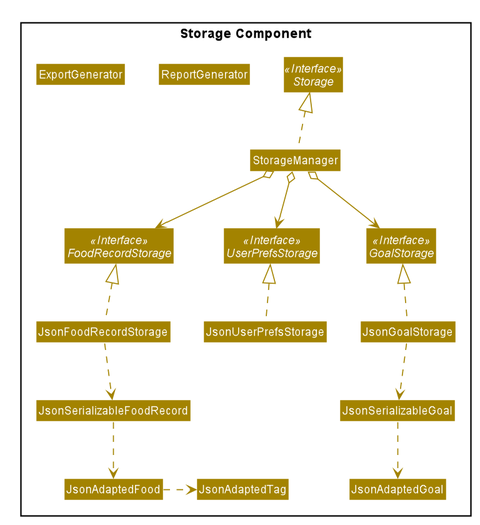
This is images/StorageClassDiagram.png from AY1920S2-CS2103T-F11-1/main, a PlantUML export, as it was before one commit.
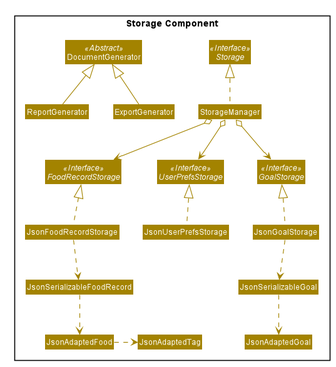
The same diagram one commit later.

Diff of the diagram source:
```diff
@@ -57,6 +57,7 @@
 Interface FoodRecordStorage <<Interface>>
 Interface GoalStorage <<Interface>>
 
+Class DocumentGenerator <<Abstract>>
 Class StorageManager
 Class JsonUserPrefsStorage
 Class JsonFoodRecordStorage
@@ -66,6 +67,9 @@
 
 Class ReportGenerator
 Class ExportGenerator
+
+DocumentGenerator <|-- ReportGenerator
+DocumentGenerator <|-- ExportGenerator
 
 StorageManager .up.|> Storage
 StorageManager o--> UserPrefsStorage
```
